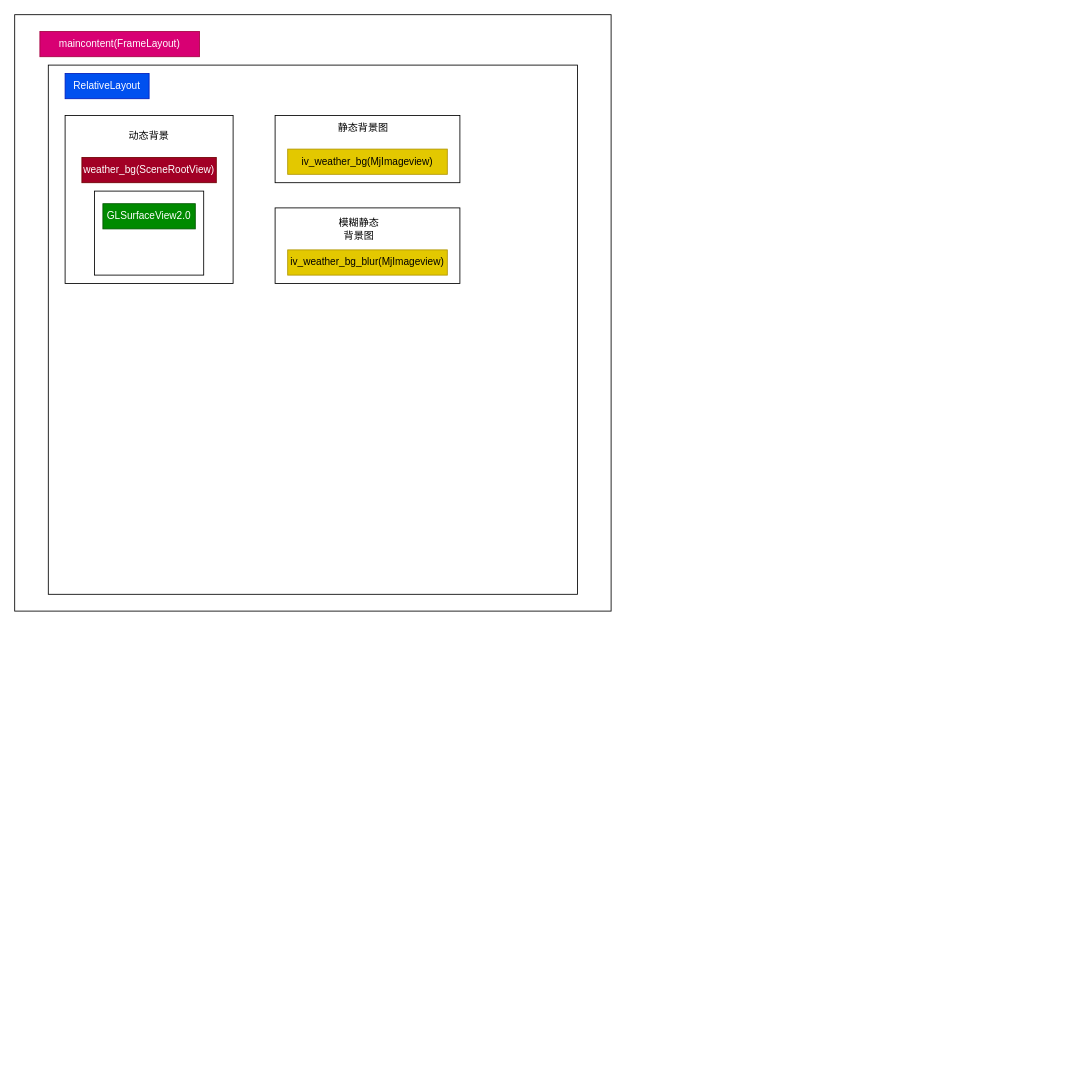
Above: moji/替换穿衣助手视图层级图.drawio in HengqianSong/drawIO (draw.io), before the change. Source tidied: cells renumbered, new cells numbered last; positions are measured from the earlier drawing's top-left corner, leaving out a move shared by most shapes. Both pictures are drawn from the tidied source at 84%, with x=0, y=0 at pixel (14, 14).
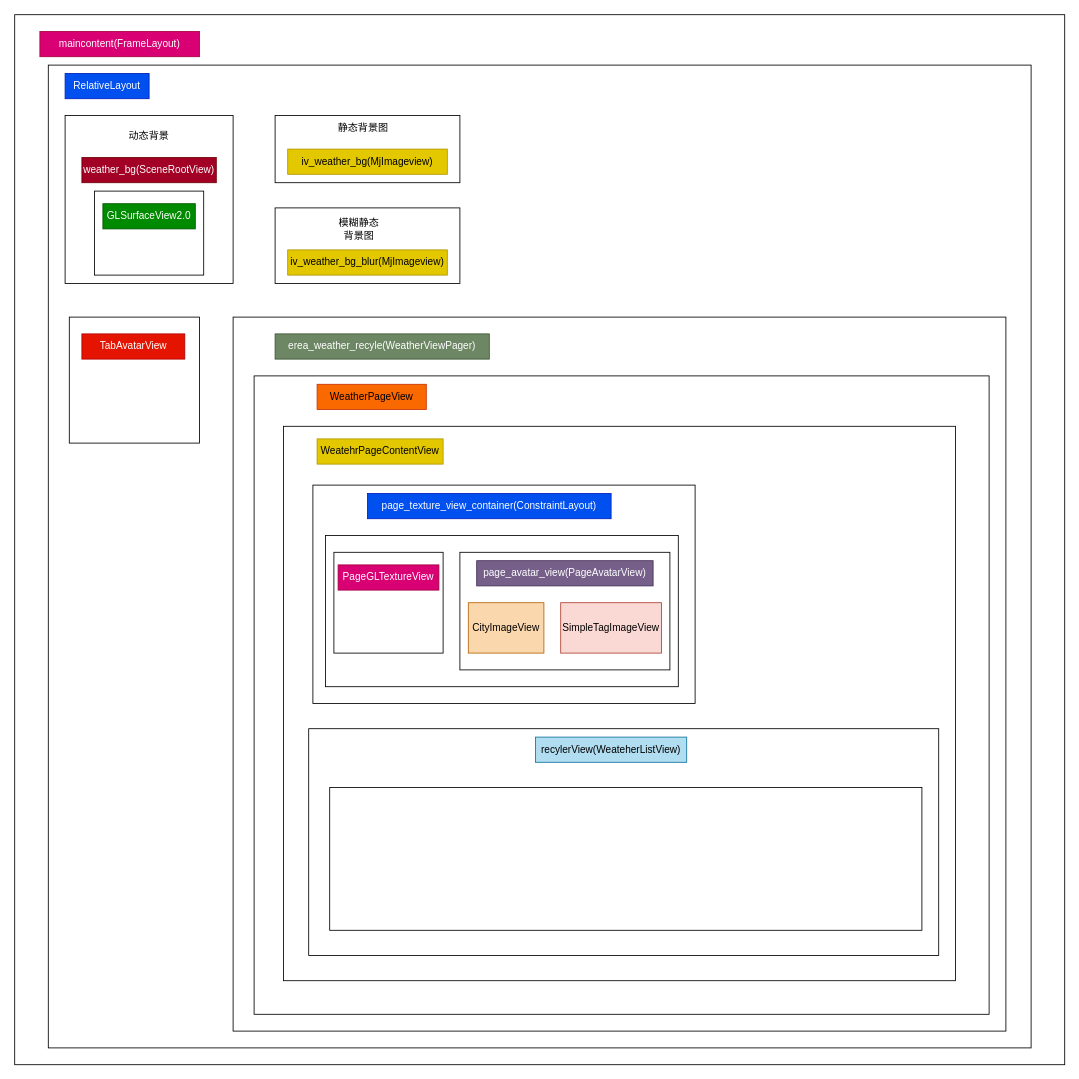
The same diagram, later.

Commit message (it also covers changes not shown here):
更新替换穿衣助手视图层级图.drawio

What changed in the source:
```diff
@@
     <mxCell id="2" style="whiteSpace=wrap;html=1;" parent="1" vertex="1">
-      <mxGeometry width="710" height="710" as="geometry" />
+      <mxGeometry width="1250" height="1250" as="geometry" />
     </mxCell>
@@
     <mxCell id="4" style="whiteSpace=wrap;html=1;" parent="1" vertex="1">
-      <mxGeometry x="40" y="60" width="630" height="630" as="geometry" />
+      <mxGeometry x="40" y="60" width="1170" height="1170" as="geometry" />
     </mxCell>
@@
+    <mxCell id="17" style="rounded=0;whiteSpace=wrap;html=1;" parent="1" vertex="1">
+      <mxGeometry x="65" y="360" width="155" height="150" as="geometry" />
+    </mxCell>
+    <mxCell id="18" value="TabAvatarView" style="text;html=1;align=center;verticalAlign=middle;whiteSpace=wrap;rounded=0;fillColor=#e51400;fontColor=#ffffff;strokeColor=#B20000;" parent="1" vertex="1">
+      <mxGeometry x="80" y="380" width="122.5" height="30" as="geometry" />
+    </mxCell>
+    <mxCell id="19" style="rounded=0;whiteSpace=wrap;html=1;" parent="1" vertex="1">
+      <mxGeometry x="260" y="360" width="920" height="850" as="geometry" />
+    </mxCell>
+    <mxCell id="20" value="erea_weather_recyle(WeatherViewPager)" style="text;html=1;align=center;verticalAlign=middle;whiteSpace=wrap;rounded=0;fillColor=#6d8764;fontColor=#ffffff;strokeColor=#3A5431;" parent="1" vertex="1">
+      <mxGeometry x="310" y="380" width="255" height="30" as="geometry" />
+    </mxCell>
+    <mxCell id="21" style="rounded=0;whiteSpace=wrap;html=1;" parent="1" vertex="1">
+      <mxGeometry x="285" y="430" width="875" height="760" as="geometry" />
+    </mxCell>
+    <mxCell id="22" value="WeatherPageView" style="text;html=1;align=center;verticalAlign=middle;whiteSpace=wrap;rounded=0;fillColor=#fa6800;fontColor=#000000;strokeColor=#C73500;" parent="1" vertex="1">
+      <mxGeometry x="360" y="440" width="130" height="30" as="geometry" />
+    </mxCell>
+    <mxCell id="23" style="rounded=0;whiteSpace=wrap;html=1;" parent="1" vertex="1">
+      <mxGeometry x="320" y="490" width="800" height="660" as="geometry" />
+    </mxCell>
+    <mxCell id="24" value="WeatehrPageContentView" style="text;html=1;align=center;verticalAlign=middle;whiteSpace=wrap;rounded=0;fillColor=#e3c800;fontColor=#000000;strokeColor=#B09500;" parent="1" vertex="1">
+      <mxGeometry x="360" y="505" width="150" height="30" as="geometry" />
+    </mxCell>
+    <mxCell id="25" style="rounded=0;whiteSpace=wrap;html=1;" parent="1" vertex="1">
+      <mxGeometry x="355" y="560" width="455" height="260" as="geometry" />
+    </mxCell>
+    <mxCell id="26" value="page_texture_view_container(ConstraintLayout)" style="text;html=1;align=center;verticalAlign=middle;whiteSpace=wrap;rounded=0;fillColor=#0050ef;fontColor=#ffffff;strokeColor=#001DBC;" parent="1" vertex="1">
+      <mxGeometry x="420" y="570" width="290" height="30" as="geometry" />
+    </mxCell>
+    <mxCell id="27" style="rounded=0;whiteSpace=wrap;html=1;" parent="1" vertex="1">
+      <mxGeometry x="370" y="620" width="420" height="180" as="geometry" />
+    </mxCell>
+    <mxCell id="28" style="rounded=0;whiteSpace=wrap;html=1;" parent="1" vertex="1">
+      <mxGeometry x="380" y="640" width="130" height="120" as="geometry" />
+    </mxCell>
+    <mxCell id="29" value="PageGLTextureView" style="text;html=1;align=center;verticalAlign=middle;whiteSpace=wrap;rounded=0;fillColor=#d80073;fontColor=#ffffff;strokeColor=#A50040;" parent="1" vertex="1">
+      <mxGeometry x="385" y="655" width="120" height="30" as="geometry" />
+    </mxCell>
+    <mxCell id="30" style="rounded=0;whiteSpace=wrap;html=1;" parent="1" vertex="1">
+      <mxGeometry x="530" y="640" width="250" height="140" as="geometry" />
+    </mxCell>
+    <mxCell id="31" value="page_avatar_view(PageAvatarView)" style="text;html=1;align=center;verticalAlign=middle;whiteSpace=wrap;rounded=0;fillColor=#76608a;fontColor=#ffffff;strokeColor=#432D57;" parent="1" vertex="1">
+      <mxGeometry x="550" y="650" width="210" height="30" as="geometry" />
+    </mxCell>
+    <mxCell id="32" value="CityImageView" style="rounded=0;whiteSpace=wrap;html=1;fillColor=#fad7ac;strokeColor=#b46504;" parent="1" vertex="1">
+      <mxGeometry x="540" y="700" width="90" height="60" as="geometry" />
+    </mxCell>
+    <mxCell id="33" value="SimpleTagImageView" style="rounded=0;whiteSpace=wrap;html=1;fillColor=#fad9d5;strokeColor=#ae4132;" parent="1" vertex="1">
+      <mxGeometry x="650" y="700" width="120" height="60" as="geometry" />
+    </mxCell>
+    <mxCell id="34" style="rounded=0;whiteSpace=wrap;html=1;" parent="1" vertex="1">
+      <mxGeometry x="350" y="850" width="750" height="270" as="geometry" />
+    </mxCell>
+    <mxCell id="35" value="recylerView(WeateherListView)" style="text;html=1;align=center;verticalAlign=middle;whiteSpace=wrap;rounded=0;fillColor=#b1ddf0;strokeColor=#10739e;" parent="1" vertex="1">
+      <mxGeometry x="620" y="860" width="180" height="30" as="geometry" />
+    </mxCell>
+    <mxCell id="36" style="rounded=0;whiteSpace=wrap;html=1;" parent="1" vertex="1">
+      <mxGeometry x="375" y="920" width="705" height="170" as="geometry" />
+    </mxCell>
```
